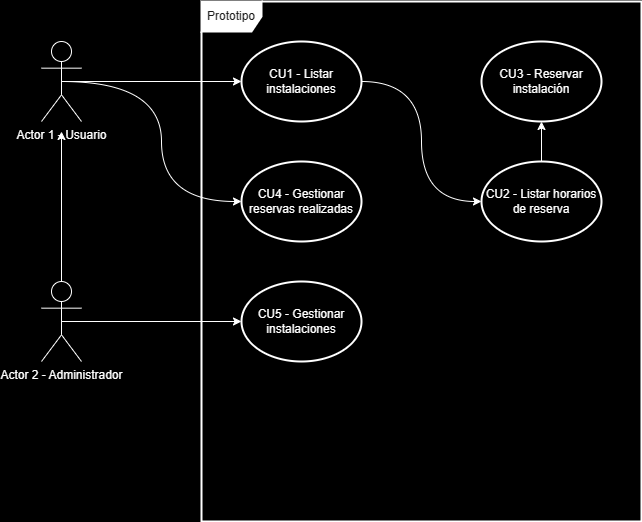
Above: doc/UseCase.png in 333-333-333/public-static-void-main-string-args (draw.io), before the change. Source tidied: cells renumbered, new cells last; positions are measured from the earlier drawing's top-left corner, leaving out a move shared by most shapes.
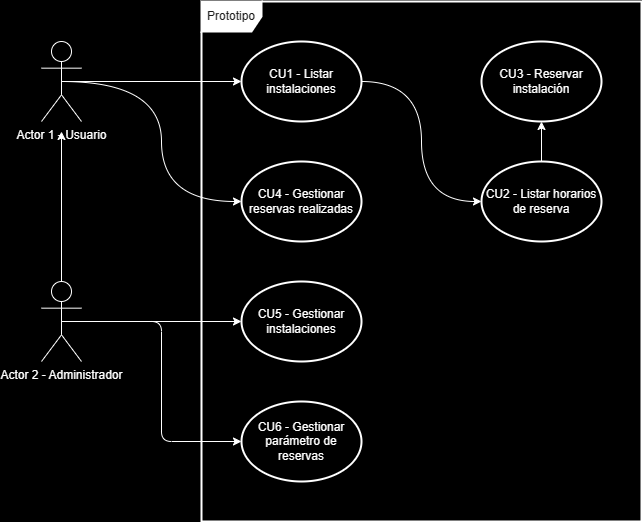
Later version of the same file.

Change to the diagram source:
```diff
@@ -19,6 +19,9 @@
         <mxPoint x="20" y="130" as="targetPoint" />
       </mxGeometry>
     </mxCell>
+    <mxCell id="16" style="edgeStyle=orthogonalEdgeStyle;rounded=1;jettySize=auto;html=1;exitX=0.5;exitY=0.5;exitDx=0;exitDy=0;exitPerimeter=0;entryX=0;entryY=0.5;entryDx=0;entryDy=0;strokeColor=#FFFFFF;" parent="1" edge="1" source="7" target="17">
+      <mxGeometry relative="1" as="geometry" />
+    </mxCell>
     <mxCell id="7" value="&lt;font color=&quot;#ffffff&quot;&gt;Actor 2 - Administrador&lt;/font&gt;" style="shape=umlActor;verticalLabelPosition=bottom;verticalAlign=top;html=1;outlineConnect=0;labelBackgroundColor=none;rounded=0;fillColor=#000000;strokeColor=#FFFFFF;fontColor=#1A1A1A;" parent="1" vertex="1">
       <mxGeometry y="280" width="40" height="80" as="geometry" />
     </mxCell>
@@ -46,5 +49,8 @@
     <mxCell id="15" value="&lt;font color=&quot;#ffffff&quot;&gt;CU5 - Gestionar instalaciones&lt;/font&gt;" style="ellipse;whiteSpace=wrap;html=1;labelBackgroundColor=none;strokeWidth=2;fillColor=#000000;strokeColor=#FFFFFF;fontColor=#1A1A1A;" parent="1" vertex="1">
       <mxGeometry x="200" y="280" width="120" height="80" as="geometry" />
     </mxCell>
+    <mxCell id="17" value="&lt;font color=&quot;#ffffff&quot;&gt;CU6 - Gestionar parámetro de reservas&lt;/font&gt;" style="ellipse;whiteSpace=wrap;html=1;labelBackgroundColor=none;strokeWidth=2;fillColor=#000000;strokeColor=#FFFFFF;fontColor=#1A1A1A;" parent="1" vertex="1">
+      <mxGeometry x="200" y="400" width="120" height="80" as="geometry" />
+    </mxCell>
   </root>
 </mxGraphModel>
```
